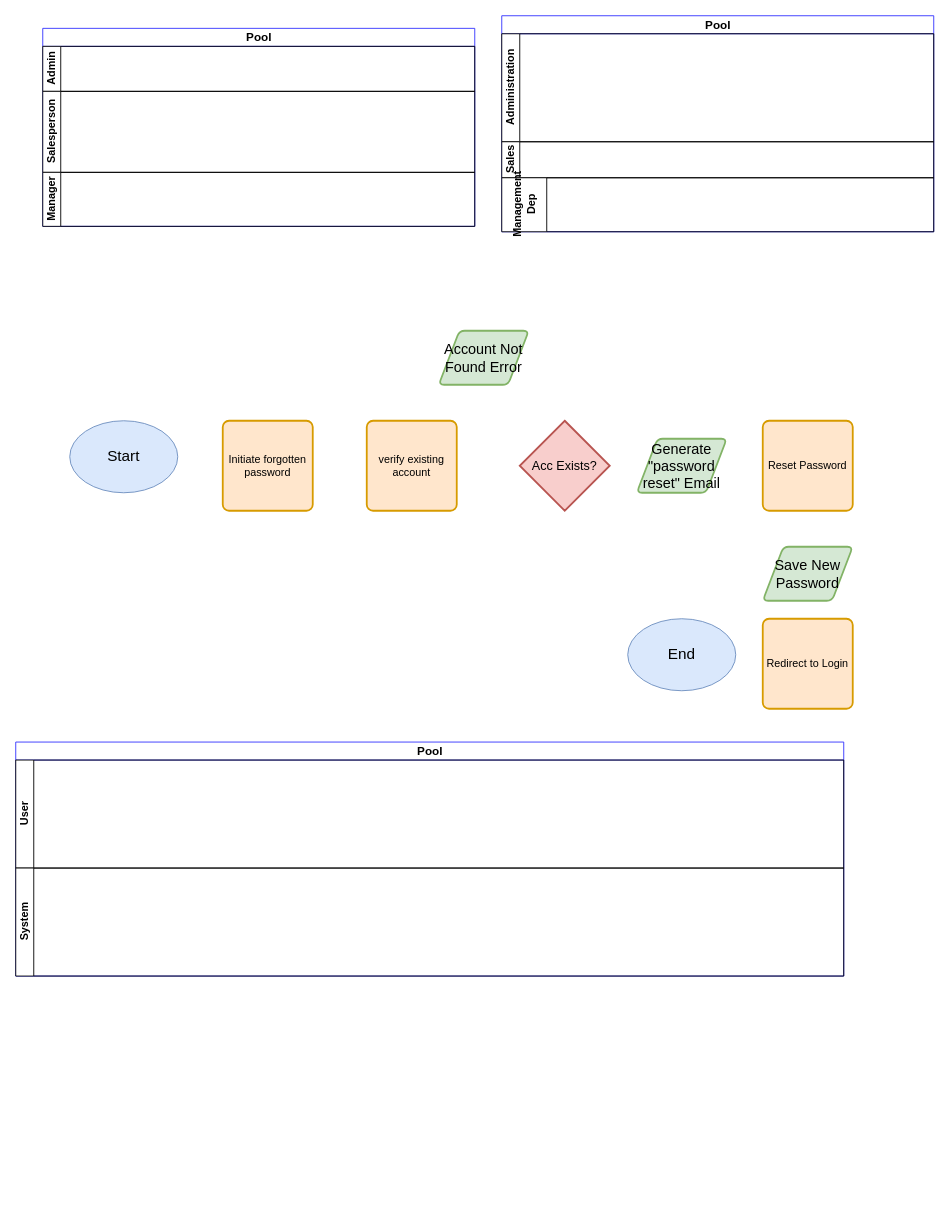
lil971/FirstRepository keeps this draw.io diagram as page "swimlane flowchart" (8 of 10) of Untitled Diagram.drawio. Above is the earlier version. Source tidied: cells renumbered, new cells numbered last; positions are measured from the earlier drawing's top-left corner, leaving out a move shared by most shapes. Both pictures are drawn from the tidied source at 90%, with x=0, y=0 at pixel (15, 15).
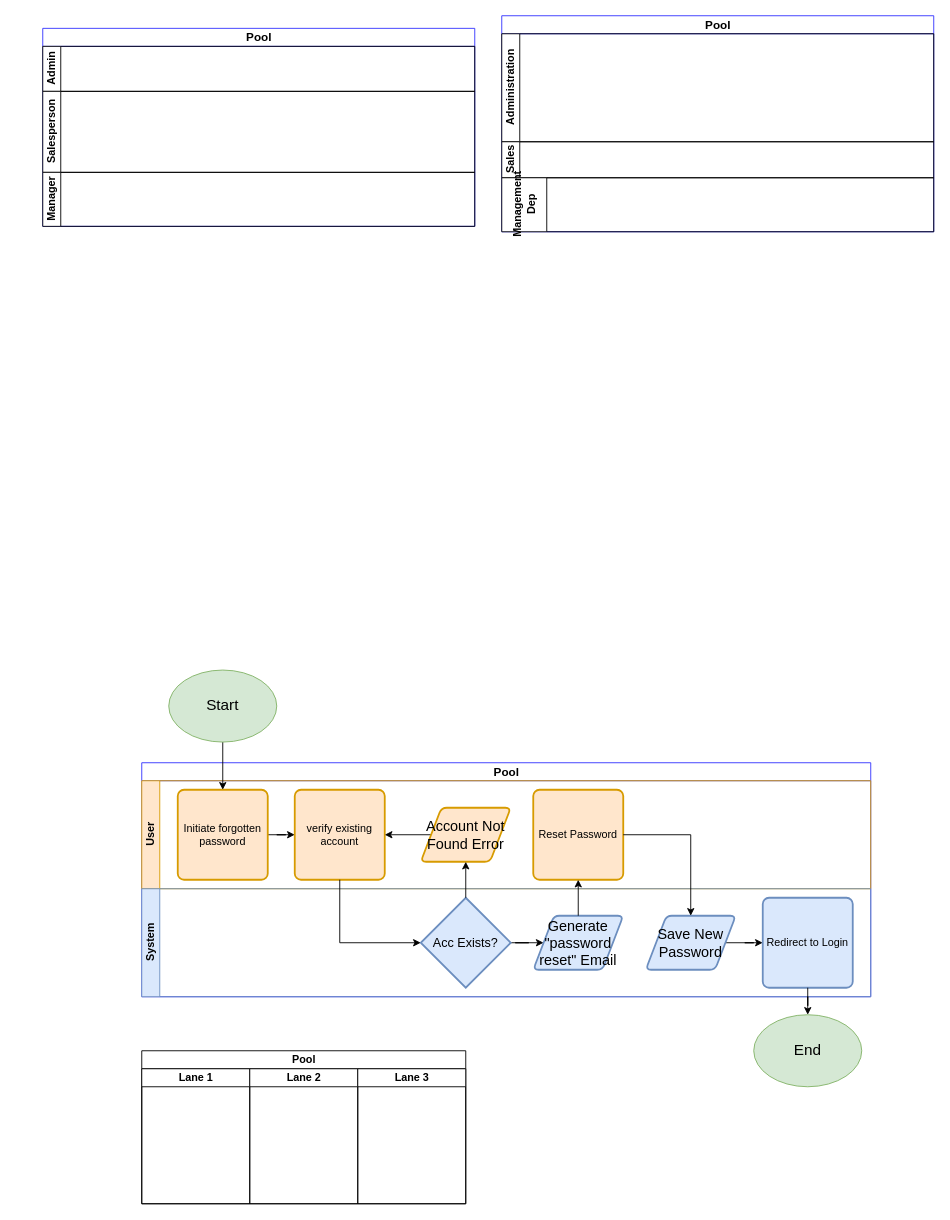
The same page after the edit.

What changed in the source:
```diff
@@
+    <mxCell id="20" value="Pool" style="swimlane;html=1;horizontal=1;startSize=20;rounded=0;labelBackgroundColor=none;strokeColor=#3333FF;fillColor=#FFFFFF;fontSize=13;align=center;" parent="1" vertex="1">
+      <mxGeometry x="140" y="830" width="810" height="260" as="geometry" />
+    </mxCell>
+    <mxCell id="21" value="User" style="swimlane;html=1;startSize=20;horizontal=0;fillColor=#ffe6cc;strokeColor=#d79b00;" parent="20" vertex="1">
+      <mxGeometry y="20" width="810" height="120" as="geometry" />
+    </mxCell>
+    <mxCell id="23" style="edgeStyle=orthogonalEdgeStyle;rounded=0;jettySize=auto;html=1;fontSize=12;" parent="21" edge="1" source="11" target="12">
+      <mxGeometry relative="1" as="geometry" />
+    </mxCell>
+    <mxCell id="11" value="Initiate forgotten password" style="rounded=1;whiteSpace=wrap;html=1;absoluteArcSize=1;arcSize=14;strokeWidth=2;fillColor=#ffe6cc;strokeColor=#d79b00;fontSize=12;align=center;" parent="21" vertex="1">
+      <mxGeometry x="40" y="10" width="100" height="100" as="geometry" />
+    </mxCell>
+    <mxCell id="12" value="verify existing account" style="rounded=1;whiteSpace=wrap;html=1;absoluteArcSize=1;arcSize=14;strokeWidth=2;fillColor=#ffe6cc;strokeColor=#d79b00;fontSize=12;align=center;" parent="21" vertex="1">
+      <mxGeometry x="170" y="10" width="100" height="100" as="geometry" />
+    </mxCell>
+    <mxCell id="24" style="edgeStyle=orthogonalEdgeStyle;rounded=0;jettySize=auto;html=1;fontSize=12;" parent="21" edge="1" source="14" target="12">
+      <mxGeometry relative="1" as="geometry" />
+    </mxCell>
+    <mxCell id="14" value="Account Not Found Error" style="shape=parallelogram;html=1;strokeWidth=2;perimeter=parallelogramPerimeter;whiteSpace=wrap;rounded=1;arcSize=12;size=0.23;labelBackgroundColor=none;startSize=70;fillColor=#ffe6cc;fontSize=16;strokeColor=#d79b00;align=center;" parent="21" vertex="1">
+      <mxGeometry x="310" y="30" width="100" height="60" as="geometry" />
+    </mxCell>
+    <mxCell id="16" value="Reset Password" style="rounded=1;whiteSpace=wrap;html=1;absoluteArcSize=1;arcSize=14;strokeWidth=2;fillColor=#ffe6cc;strokeColor=#d79b00;fontSize=12;align=center;" parent="21" vertex="1">
+      <mxGeometry x="435" y="10" width="100" height="100" as="geometry" />
+    </mxCell>
+    <mxCell id="22" value="System" style="swimlane;html=1;startSize=20;horizontal=0;fillColor=#dae8fc;strokeColor=#6c8ebf;" parent="20" vertex="1">
+      <mxGeometry y="140" width="810" height="120" as="geometry" />
+    </mxCell>
+    <mxCell id="25" style="edgeStyle=orthogonalEdgeStyle;rounded=0;jettySize=auto;html=1;entryX=0;entryY=0.5;entryDx=0;entryDy=0;fontSize=12;" parent="22" edge="1" source="13" target="15">
+      <mxGeometry relative="1" as="geometry" />
+    </mxCell>
+    <mxCell id="13" value="&lt;font style=&quot;font-size: 14px&quot;&gt;Acc Exists?&lt;/font&gt;" style="strokeWidth=2;html=1;shape=mxgraph.flowchart.decision;whiteSpace=wrap;fillColor=#dae8fc;strokeColor=#6c8ebf;fontSize=12;align=center;" parent="22" vertex="1">
+      <mxGeometry x="310" y="10" width="100" height="100" as="geometry" />
+    </mxCell>
+    <mxCell id="15" value="Generate &quot;password reset&quot; Email" style="shape=parallelogram;html=1;strokeWidth=2;perimeter=parallelogramPerimeter;whiteSpace=wrap;rounded=1;arcSize=12;size=0.23;labelBackgroundColor=none;startSize=70;fillColor=#dae8fc;fontSize=16;strokeColor=#6c8ebf;align=center;" parent="22" vertex="1">
+      <mxGeometry x="435" y="30" width="100" height="60" as="geometry" />
+    </mxCell>
+    <mxCell id="26" style="edgeStyle=orthogonalEdgeStyle;rounded=0;jettySize=auto;html=1;fontSize=12;" parent="22" edge="1" source="17" target="18">
+      <mxGeometry relative="1" as="geometry" />
+    </mxCell>
+    <mxCell id="17" value="Save New Password" style="shape=parallelogram;html=1;strokeWidth=2;perimeter=parallelogramPerimeter;whiteSpace=wrap;rounded=1;arcSize=12;size=0.23;labelBackgroundColor=none;startSize=70;fillColor=#dae8fc;fontSize=16;strokeColor=#6c8ebf;align=center;" parent="22" vertex="1">
+      <mxGeometry x="560" y="30" width="100" height="60" as="geometry" />
+    </mxCell>
+    <mxCell id="18" value="Redirect to Login" style="rounded=1;whiteSpace=wrap;html=1;absoluteArcSize=1;arcSize=14;strokeWidth=2;fillColor=#dae8fc;strokeColor=#6c8ebf;fontSize=12;align=center;" parent="22" vertex="1">
+      <mxGeometry x="690" y="10" width="100" height="100" as="geometry" />
+    </mxCell>
+    <mxCell id="27" style="edgeStyle=orthogonalEdgeStyle;rounded=0;jettySize=auto;html=1;entryX=0;entryY=0.5;entryDx=0;entryDy=0;entryPerimeter=0;fontSize=12;exitX=0.5;exitY=1;exitDx=0;exitDy=0;" parent="20" edge="1" source="12" target="13">
+      <mxGeometry relative="1" as="geometry" />
+    </mxCell>
+    <mxCell id="28" style="edgeStyle=orthogonalEdgeStyle;rounded=0;jettySize=auto;html=1;fontSize=12;" parent="20" edge="1" source="13" target="14">
+      <mxGeometry relative="1" as="geometry" />
+    </mxCell>
+    <mxCell id="29" style="edgeStyle=orthogonalEdgeStyle;rounded=0;jettySize=auto;html=1;fontSize=12;" parent="20" edge="1" source="15" target="16">
+      <mxGeometry relative="1" as="geometry" />
+    </mxCell>
+    <mxCell id="30" style="edgeStyle=orthogonalEdgeStyle;rounded=0;jettySize=auto;html=1;fontSize=12;" parent="20" edge="1" source="16" target="17">
+      <mxGeometry relative="1" as="geometry" />
+    </mxCell>
@@
+    <mxCell id="31" style="edgeStyle=orthogonalEdgeStyle;rounded=0;jettySize=auto;html=1;fontSize=12;" parent="1" edge="1" source="10" target="11">
+      <mxGeometry relative="1" as="geometry" />
+    </mxCell>
-    <mxCell id="10" value="Start" style="ellipse;whiteSpace=wrap;html=1;fontSize=17;fillColor=#dae8fc;strokeColor=#6c8ebf;align=center;" parent="1" vertex="1">
-      <mxGeometry x="60" y="450" width="120" height="80" as="geometry" />
+    <mxCell id="10" value="Start" style="ellipse;whiteSpace=wrap;html=1;fontSize=17;fillColor=#d5e8d4;strokeColor=#82b366;align=center;" parent="1" vertex="1">
+      <mxGeometry x="170" y="727" width="120" height="80" as="geometry" />
     </mxCell>
-    <mxCell id="11" value="Initiate forgotten password" style="rounded=1;whiteSpace=wrap;html=1;absoluteArcSize=1;arcSize=14;strokeWidth=2;fillColor=#ffe6cc;strokeColor=#d79b00;fontSize=12;align=center;" parent="1" vertex="1">
-      <mxGeometry x="230" y="450" width="100" height="100" as="geometry" />
-    </mxCell>
-    <mxCell id="12" value="verify existing account" style="rounded=1;whiteSpace=wrap;html=1;absoluteArcSize=1;arcSize=14;strokeWidth=2;fillColor=#ffe6cc;strokeColor=#d79b00;fontSize=12;align=center;" parent="1" vertex="1">
-      <mxGeometry x="390" y="450" width="100" height="100" as="geometry" />
-    </mxCell>
-    <mxCell id="13" value="&lt;font style=&quot;font-size: 14px&quot;&gt;Acc Exists?&lt;/font&gt;" style="strokeWidth=2;html=1;shape=mxgraph.flowchart.decision;whiteSpace=wrap;fillColor=#f8cecc;strokeColor=#b85450;fontSize=12;align=center;" parent="1" vertex="1">
-      <mxGeometry x="560" y="450" width="100" height="100" as="geometry" />
-    </mxCell>
-    <mxCell id="14" value="Account Not Found Error" style="shape=parallelogram;html=1;strokeWidth=2;perimeter=parallelogramPerimeter;whiteSpace=wrap;rounded=1;arcSize=12;size=0.23;labelBackgroundColor=none;startSize=70;fillColor=#d5e8d4;fontSize=16;strokeColor=#82b366;align=center;" parent="1" vertex="1">
-      <mxGeometry x="470" y="350" width="100" height="60" as="geometry" />
-    </mxCell>
-    <mxCell id="15" value="Generate &quot;password reset&quot; Email" style="shape=parallelogram;html=1;strokeWidth=2;perimeter=parallelogramPerimeter;whiteSpace=wrap;rounded=1;arcSize=12;size=0.23;labelBackgroundColor=none;startSize=70;fillColor=#d5e8d4;fontSize=16;strokeColor=#82b366;align=center;" parent="1" vertex="1">
-      <mxGeometry x="690" y="470" width="100" height="60" as="geometry" />
-    </mxCell>
-    <mxCell id="16" value="Reset Password" style="rounded=1;whiteSpace=wrap;html=1;absoluteArcSize=1;arcSize=14;strokeWidth=2;fillColor=#ffe6cc;strokeColor=#d79b00;fontSize=12;align=center;" parent="1" vertex="1">
-      <mxGeometry x="830" y="450" width="100" height="100" as="geometry" />
-    </mxCell>
-    <mxCell id="17" value="Save New Password" style="shape=parallelogram;html=1;strokeWidth=2;perimeter=parallelogramPerimeter;whiteSpace=wrap;rounded=1;arcSize=12;size=0.23;labelBackgroundColor=none;startSize=70;fillColor=#d5e8d4;fontSize=16;strokeColor=#82b366;align=center;" parent="1" vertex="1">
-      <mxGeometry x="830" y="590" width="100" height="60" as="geometry" />
-    </mxCell>
-    <mxCell id="18" value="Redirect to Login" style="rounded=1;whiteSpace=wrap;html=1;absoluteArcSize=1;arcSize=14;strokeWidth=2;fillColor=#ffe6cc;strokeColor=#d79b00;fontSize=12;align=center;" parent="1" vertex="1">
-      <mxGeometry x="830" y="670" width="100" height="100" as="geometry" />
-    </mxCell>
-    <mxCell id="19" value="End" style="ellipse;whiteSpace=wrap;html=1;fontSize=17;fillColor=#dae8fc;strokeColor=#6c8ebf;align=center;" parent="1" vertex="1">
-      <mxGeometry x="680" y="670" width="120" height="80" as="geometry" />
+    <mxCell id="19" value="End" style="ellipse;whiteSpace=wrap;html=1;fontSize=17;fillColor=#d5e8d4;strokeColor=#82b366;align=center;" parent="1" vertex="1">
+      <mxGeometry x="820" y="1110" width="120" height="80" as="geometry" />
     </mxCell>
-    <mxCell id="20" value="Pool" style="swimlane;html=1;horizontal=1;startSize=20;rounded=0;labelBackgroundColor=none;strokeColor=#3333FF;fillColor=#FFFFFF;fontSize=13;align=center;" parent="1" vertex="1">
-      <mxGeometry y="807" width="920" height="260" as="geometry" />
-    </mxCell>
-    <mxCell id="21" value="User" style="swimlane;html=1;startSize=20;horizontal=0;" parent="20" vertex="1">
-      <mxGeometry y="20" width="920" height="120" as="geometry" />
-    </mxCell>
-    <mxCell id="22" value="System" style="swimlane;html=1;startSize=20;horizontal=0;" parent="20" vertex="1">
-      <mxGeometry y="140" width="920" height="120" as="geometry" />
-    </mxCell>
+    <mxCell id="32" style="edgeStyle=orthogonalEdgeStyle;rounded=0;orthogonalLoop=1;jettySize=auto;html=1;exitX=0.5;exitY=1;exitDx=0;exitDy=0;fontSize=12;" parent="1" edge="1" source="19" target="19">
+      <mxGeometry relative="1" as="geometry" />
+    </mxCell>
+    <mxCell id="33" style="edgeStyle=orthogonalEdgeStyle;rounded=0;jettySize=auto;html=1;fontSize=12;" parent="1" edge="1" source="18" target="19">
+      <mxGeometry relative="1" as="geometry" />
+    </mxCell>
+    <mxCell id="34" value="Pool" style="swimlane;html=1;startSize=20;fontSize=12;align=center;" parent="1" vertex="1">
+      <mxGeometry x="140" y="1150" width="360" height="170" as="geometry" />
+    </mxCell>
+    <mxCell id="35" value="Lane 1" style="swimlane;html=1;startSize=20;" parent="34" vertex="1">
+      <mxGeometry y="20" width="120" height="150" as="geometry" />
+    </mxCell>
+    <mxCell id="36" value="Lane 2" style="swimlane;html=1;startSize=20;" parent="34" vertex="1">
+      <mxGeometry x="120" y="20" width="120" height="150" as="geometry" />
+    </mxCell>
+    <mxCell id="37" value="Lane 3" style="swimlane;html=1;startSize=20;" parent="34" vertex="1">
+      <mxGeometry x="240" y="20" width="120" height="150" as="geometry" />
+    </mxCell>
```
